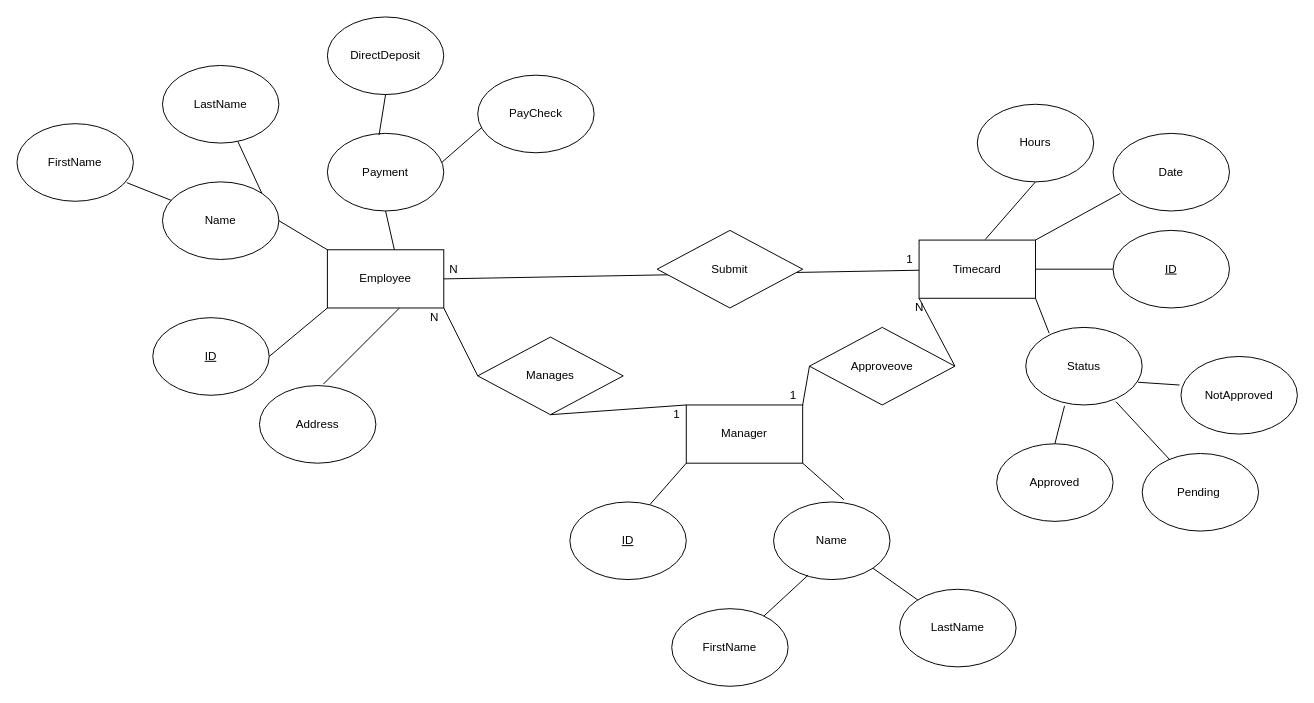
The draw.io diagram Untitled Diagram.drawio in Arthur2810/Arthur-Jardim, before the edit. Source tidied: cells renumbered, new cells numbered last; positions are measured from the earlier drawing's top-left corner, leaving out a move shared by most shapes. Both pictures are drawn from the tidied source at 97%, with x=0, y=0 at pixel (16, 16).
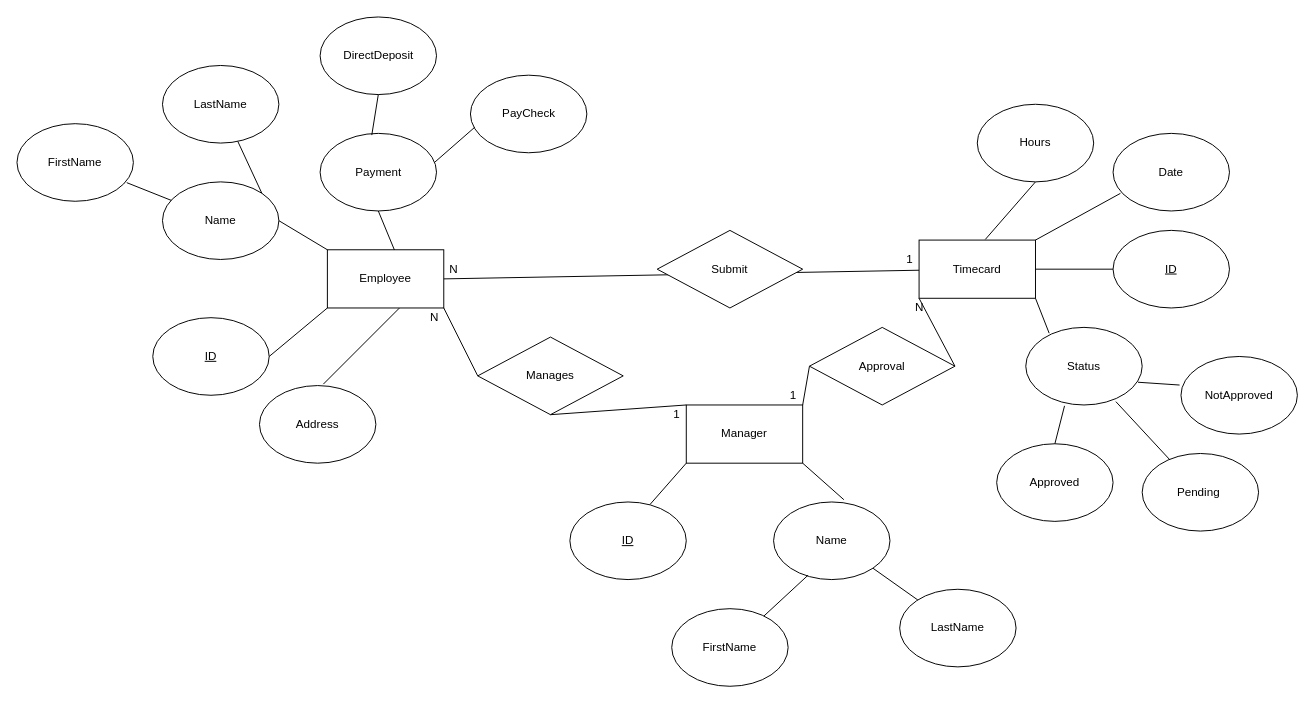
After the change.

Diff of the diagram source:
```diff
@@
-    <mxCell id="36" value="Approveove" style="rhombus;whiteSpace=wrap;html=1;" parent="1" vertex="1">
+    <mxCell id="36" value="Approval" style="rhombus;whiteSpace=wrap;html=1;" parent="1" vertex="1">
       <mxGeometry x="817" y="320" width="150" height="80" as="geometry" />
     </mxCell>
@@
     <mxCell id="41" value="Payment" style="ellipse;whiteSpace=wrap;html=1;" parent="1" vertex="1">
-      <mxGeometry x="320" y="120" width="120" height="80" as="geometry" />
+      <mxGeometry x="312.5" y="120" width="120" height="80" as="geometry" />
     </mxCell>
     <mxCell id="42" value="PayCheck" style="ellipse;whiteSpace=wrap;html=1;" parent="1" vertex="1">
-      <mxGeometry x="475" y="60" width="120" height="80" as="geometry" />
+      <mxGeometry x="467.5" y="60" width="120" height="80" as="geometry" />
     </mxCell>
     <mxCell id="43" value="DirectDeposit" style="ellipse;whiteSpace=wrap;html=1;" parent="1" vertex="1">
-      <mxGeometry x="320" width="120" height="80" as="geometry" />
+      <mxGeometry x="312.5" width="120" height="80" as="geometry" />
     </mxCell>
```
